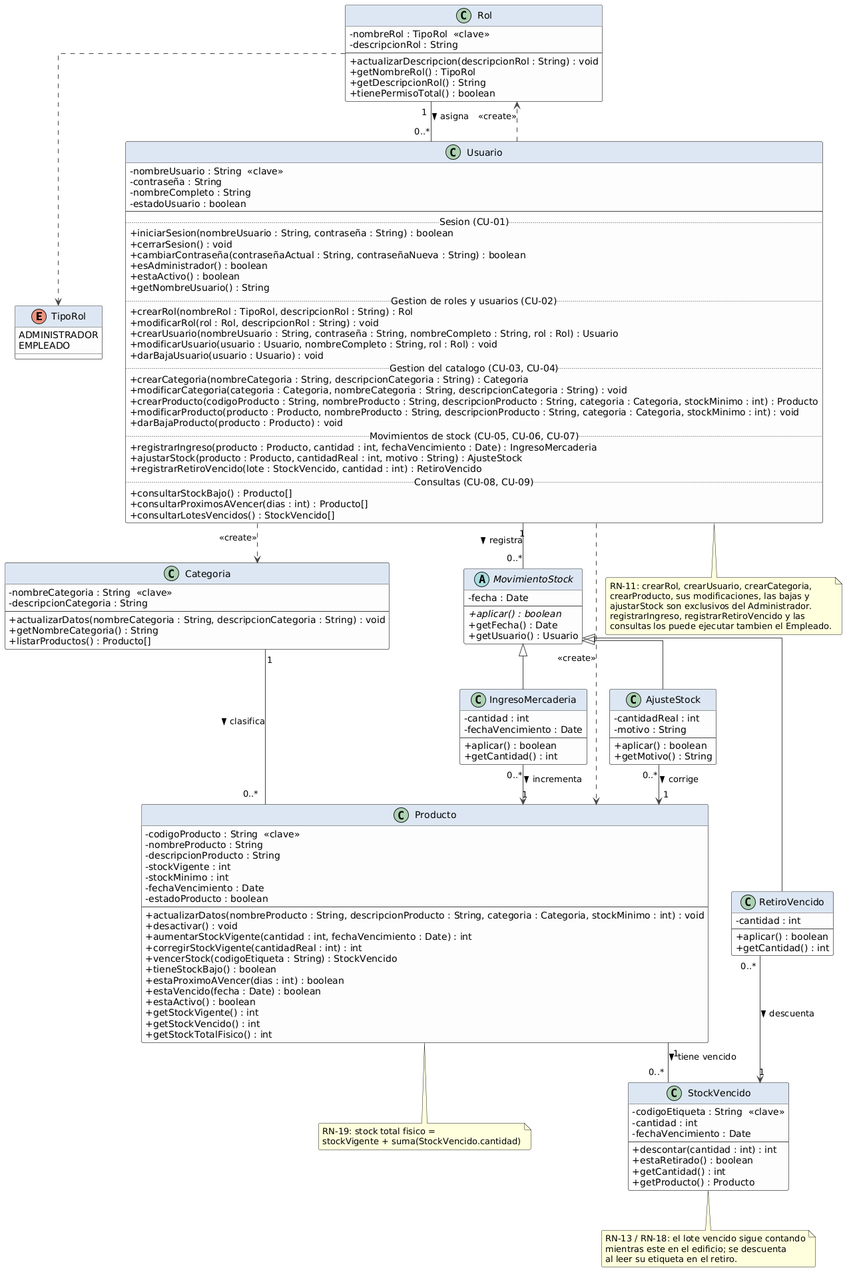
cirotop/Stock-Project keeps this PlantUML diagram as 07-Diagrama De Clases/DCC.png. Above is the earlier version.
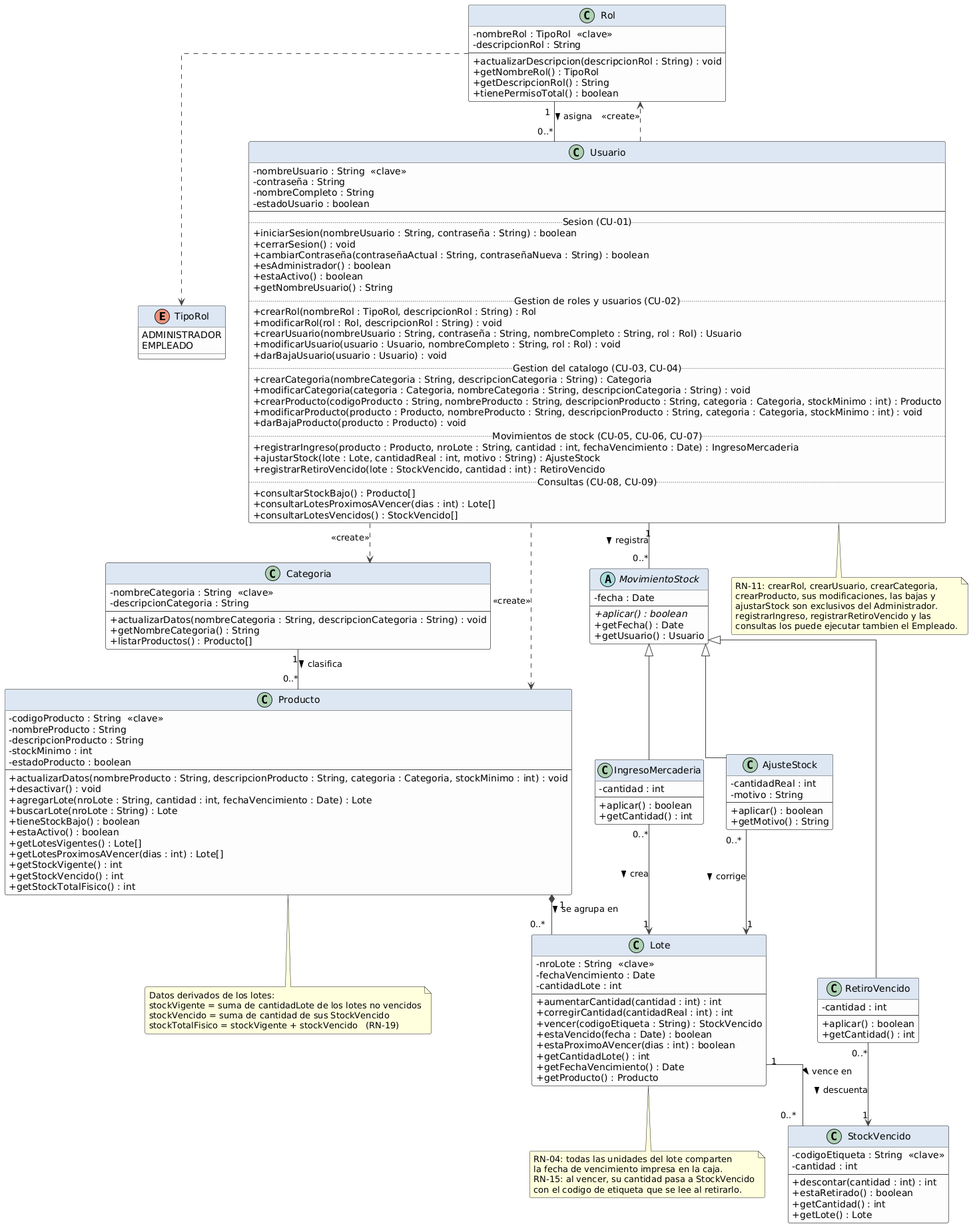
Above is the later version.

Change to the diagram source:
```diff
@@ -54,12 +54,12 @@
   + modificarProducto(producto : Producto, nombreProducto : String, descripcionProducto : String, categoria : Categoria, stockMinimo : int) : void
   + darBajaProducto(producto : Producto) : void
   .. Movimientos de stock (CU-05, CU-06, CU-07) ..
-  + registrarIngreso(producto : Producto, cantidad : int, fechaVencimiento : Date) : IngresoMercaderia
-  + ajustarStock(producto : Producto, cantidadReal : int, motivo : String) : AjusteStock
+  + registrarIngreso(producto : Producto, nroLote : String, cantidad : int, fechaVencimiento : Date) : IngresoMercaderia
+  + ajustarStock(lote : Lote, cantidadReal : int, motivo : String) : AjusteStock
   + registrarRetiroVencido(lote : StockVencido, cantidad : int) : RetiroVencido
   .. Consultas (CU-08, CU-09) ..
   + consultarStockBajo() : Producto[]
-  + consultarProximosAVencer(dias : int) : Producto[]
+  + consultarLotesProximosAVencer(dias : int) : Lote[]
   + consultarLotesVencidos() : StockVencido[]
 }
 
@@ -77,34 +77,45 @@
   - codigoProducto : String  <<clave>>
   - nombreProducto : String
   - descripcionProducto : String
-  - stockVigente : int
   - stockMinimo : int
-  - fechaVencimiento : Date
   - estadoProducto : boolean
   --
   + actualizarDatos(nombreProducto : String, descripcionProducto : String, categoria : Categoria, stockMinimo : int) : void
   + desactivar() : void
-  + aumentarStockVigente(cantidad : int, fechaVencimiento : Date) : int
-  + corregirStockVigente(cantidadReal : int) : int
-  + vencerStock(codigoEtiqueta : String) : StockVencido
+  + agregarLote(nroLote : String, cantidad : int, fechaVencimiento : Date) : Lote
+  + buscarLote(nroLote : String) : Lote
   + tieneStockBajo() : boolean
-  + estaProximoAVencer(dias : int) : boolean
-  + estaVencido(fecha : Date) : boolean
   + estaActivo() : boolean
+  + getLotesVigentes() : Lote[]
+  + getLotesProximosAVencer(dias : int) : Lote[]
   + getStockVigente() : int
   + getStockVencido() : int
   + getStockTotalFisico() : int
 }
 
+class Lote {
+  - nroLote : String  <<clave>>
+  - fechaVencimiento : Date
+  - cantidadLote : int
+  --
+  + aumentarCantidad(cantidad : int) : int
+  + corregirCantidad(cantidadReal : int) : int
+  + vencer(codigoEtiqueta : String) : StockVencido
+  + estaVencido(fecha : Date) : boolean
+  + estaProximoAVencer(dias : int) : boolean
+  + getCantidadLote() : int
+  + getFechaVencimiento() : Date
+  + getProducto() : Producto
+}
+
 class StockVencido {
   - codigoEtiqueta : String  <<clave>>
   - cantidad : int
-  - fechaVencimiento : Date
   --
   + descontar(cantidad : int) : int
   + estaRetirado() : boolean
   + getCantidad() : int
-  + getProducto() : Producto
+  + getLote() : Lote
 }
 
 
@@ -118,7 +129,6 @@
 
 class IngresoMercaderia {
   - cantidad : int
-  - fechaVencimiento : Date
   --
   + aplicar() : boolean
   + getCantidad() : int
@@ -144,7 +154,8 @@
 Rol ..> TipoRol
 
 Categoria "1" -- "0..*" Producto : clasifica >
-Producto "1" -- "0..*" StockVencido : tiene vencido >
+Producto "1" *-- "0..*" Lote : se agrupa en >
+Lote "1" -- "0..*" StockVencido : vence en >
 
 MovimientoStock <|-- IngresoMercaderia
 MovimientoStock <|-- AjusteStock
@@ -152,8 +163,8 @@
 
 Usuario "1" -- "0..*" MovimientoStock : registra >
 
-IngresoMercaderia "0..*" --> "1" Producto : incrementa >
-AjusteStock "0..*" --> "1" Producto : corrige >
+IngresoMercaderia "0..*" --> "1" Lote : crea >
+AjusteStock "0..*" --> "1" Lote : corrige >
 RetiroVencido "0..*" --> "1" StockVencido : descuenta >
 
 Usuario ..> Rol : <<create>>
@@ -169,13 +180,16 @@
 end note
 
 note bottom of Producto
-  RN-19: stock total fisico =
-  stockVigente + suma(StockVencido.cantidad)
+  Datos derivados de los lotes:
+  stockVigente = suma de cantidadLote de los lotes no vencidos
+  stockVencido = suma de cantidad de sus StockVencido
+  stockTotalFisico = stockVigente + stockVencido   (RN-19)
 end note
 
-note bottom of StockVencido
-  RN-13 / RN-18: el lote vencido sigue contando
-  mientras este en el edificio; se descuenta
-  al leer su etiqueta en el retiro.
+note bottom of Lote
+  RN-04: todas las unidades del lote comparten
+  la fecha de vencimiento impresa en la caja.
+  RN-15: al vencer, su cantidad pasa a StockVencido
+  con el codigo de etiqueta que se lee al retirarlo.
 end note
 @enduml
```
